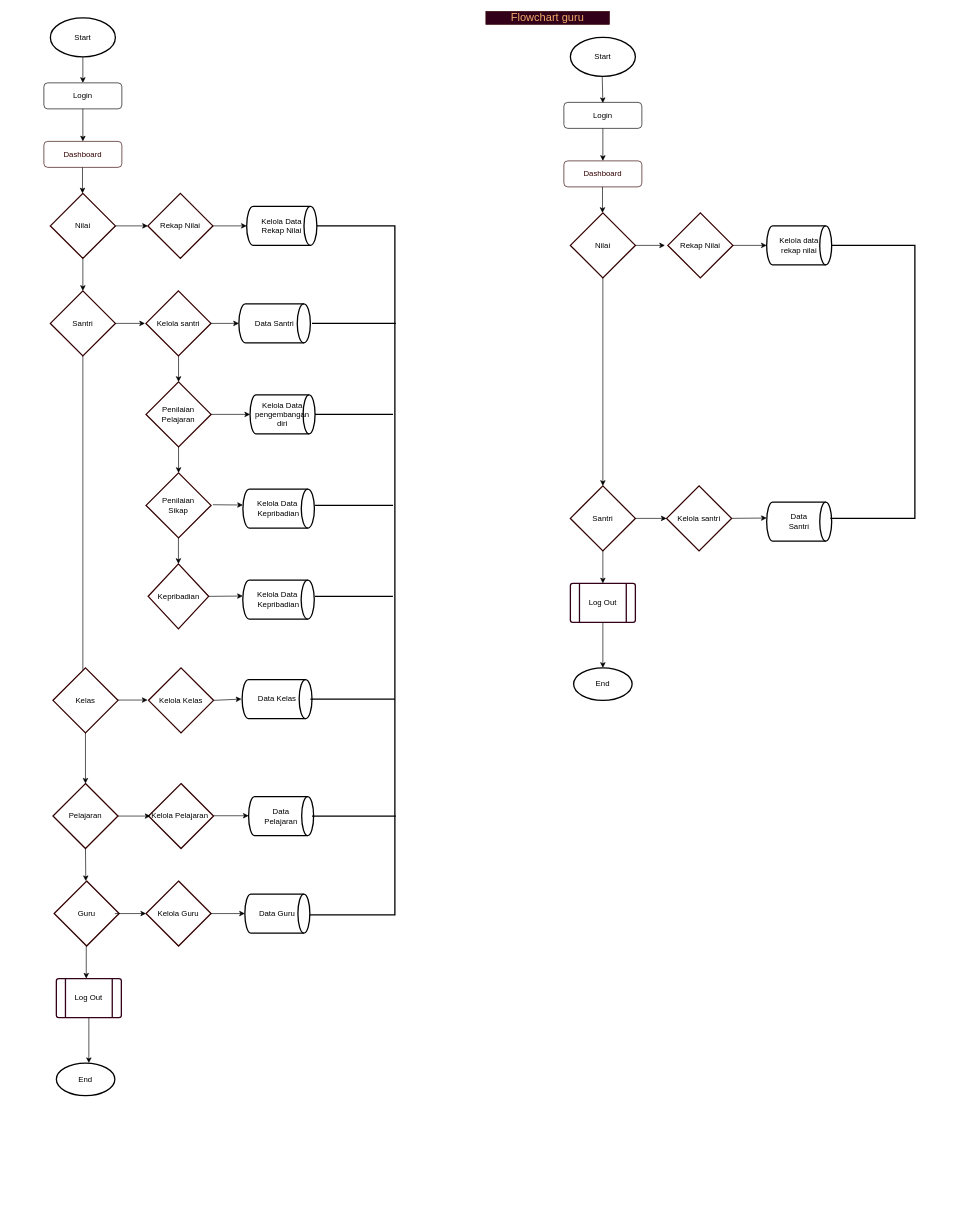
Above: page "FC" (1 of 29) of draw.io/Proyek-3.drawio in Tugas-Proyek-Polindra/proyek-3 (draw.io), before the change. Source tidied: cells renumbered, new cells numbered last; positions are measured from the earlier drawing's top-left corner, leaving out a move shared by most shapes. Both pictures are drawn from the tidied source at 65%, with x=0, y=0 at pixel (11, 11).
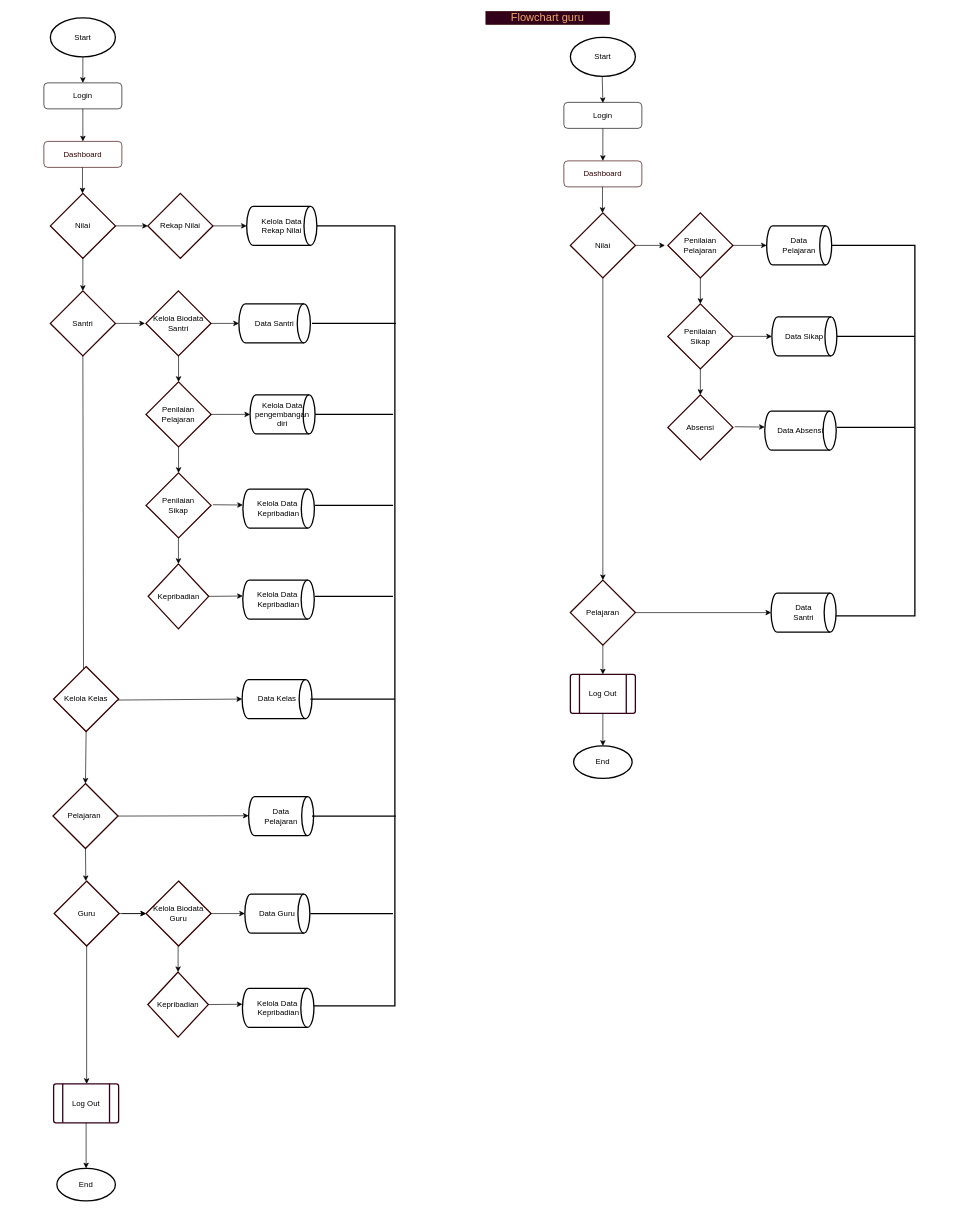
Above is the later version.

The change refers to these unchanged cells:
```xml
<mxCell id="27" value="Guru" style="strokeWidth=2;html=1;shape=mxgraph.flowchart.decision;whiteSpace=wrap;fillColor=#FFFFFF;strokeColor=#330000;" parent="2" vertex="1">
  <mxGeometry x="65.8" y="1328" width="100" height="100" as="geometry" />
</mxCell>
<mxCell id="32" value="Data Kelas" style="strokeWidth=2;html=1;shape=mxgraph.flowchart.direct_data;whiteSpace=wrap;fillColor=#FFFFFF;fontColor=none;" parent="2" vertex="1">
  <mxGeometry x="355" y="1018" width="107.5" height="60" as="geometry" />
</mxCell>
<mxCell id="59" value="Login" style="rounded=1;whiteSpace=wrap;html=1;fontSize=12;glass=0;strokeWidth=1;shadow=0;" parent="58" vertex="1">
  <mxGeometry x="50" y="100" width="120" height="40" as="geometry" />
</mxCell>
<mxCell id="62" value="Dashboard" style="rounded=1;whiteSpace=wrap;html=1;fontSize=12;glass=0;strokeWidth=1;shadow=0;fontColor=#330000;strokeColor=#330000;" parent="58" vertex="1">
  <mxGeometry x="50" y="190" width="120" height="40" as="geometry" />
</mxCell>
<mxCell id="69" value="Nilai" style="strokeWidth=2;html=1;shape=mxgraph.flowchart.decision;whiteSpace=wrap;fillColor=#FFFFFF;strokeColor=#330000;" parent="58" vertex="1">
  <mxGeometry x="60" y="270" width="100" height="100" as="geometry" />
</mxCell>
```

The edit, as a diff of the source:
```diff
@@
     <mxCell id="2" style="group;fontStyle=4;" parent="1" vertex="1">
-      <mxGeometry y="10" width="617" height="1550" as="geometry" />
+      <mxGeometry y="10" width="617" height="1568" as="geometry" />
     </mxCell>
@@
-    <mxCell id="13" value="Kelola santri" style="strokeWidth=2;html=1;shape=mxgraph.flowchart.decision;whiteSpace=wrap;fillColor=#FFFFFF;strokeColor=#330000;" parent="2" vertex="1">
+    <mxCell id="13" value="Kelola Biodata Santri" style="strokeWidth=2;html=1;shape=mxgraph.flowchart.decision;whiteSpace=wrap;fillColor=#FFFFFF;strokeColor=#330000;" parent="2" vertex="1">
       <mxGeometry x="207" y="420" width="100" height="100" as="geometry" />
     </mxCell>
@@
     <mxCell id="15" style="strokeWidth=2;html=1;shape=mxgraph.flowchart.annotation_1;align=left;fillColor=#FFFFFF;fontColor=none;direction=west;" parent="2" vertex="1">
-      <mxGeometry x="450" y="320" width="140" height="1060" as="geometry" />
+      <mxGeometry x="450" y="320" width="140" height="1200" as="geometry" />
     </mxCell>
@@
-    <mxCell id="23" value="Log Out" style="verticalLabelPosition=middle;verticalAlign=middle;html=1;shape=process;whiteSpace=wrap;rounded=1;size=0.14;arcSize=6;strokeColor=#33001A;strokeWidth=2;fillColor=#FFFFFF;fontColor=none;labelPosition=center;align=center;" parent="2" vertex="1">
-      <mxGeometry x="69.2" y="1478" width="100" height="60" as="geometry" />
-    </mxCell>
-    <mxCell id="24" value="Kelas" style="strokeWidth=2;html=1;shape=mxgraph.flowchart.decision;whiteSpace=wrap;fillColor=#FFFFFF;strokeColor=#330000;" parent="2" vertex="1">
-      <mxGeometry x="64" y="1000" width="100" height="100" as="geometry" />
+    <mxCell id="24" value="Kelola Kelas" style="strokeWidth=2;html=1;shape=mxgraph.flowchart.decision;whiteSpace=wrap;fillColor=#FFFFFF;strokeColor=#330000;" parent="2" vertex="1">
+      <mxGeometry x="65" y="998" width="100" height="100" as="geometry" />
     </mxCell>
@@
-    <mxCell id="26" value="Pelajaran" style="strokeWidth=2;html=1;shape=mxgraph.flowchart.decision;whiteSpace=wrap;fillColor=#FFFFFF;strokeColor=#330000;" parent="2" vertex="1">
+    <mxCell id="26" value="Pelajaran&amp;nbsp;" style="strokeWidth=2;html=1;shape=mxgraph.flowchart.decision;whiteSpace=wrap;fillColor=#FFFFFF;strokeColor=#330000;" parent="2" vertex="1">
       <mxGeometry x="64" y="1178" width="100" height="100" as="geometry" />
     </mxCell>
+    <mxCell id="85" style="edgeStyle=orthogonalEdgeStyle;rounded=0;jettySize=auto;html=1;" parent="2" edge="1" source="27" target="34">
+      <mxGeometry relative="1" as="geometry" />
+    </mxCell>
@@
-    <mxCell id="29" style="endArrow=classic;html=1;exitX=0.5;exitY=1;exitDx=0;exitDy=0;exitPerimeter=0;" parent="2" edge="1">
-      <mxGeometry relative="1" as="geometry">
-        <mxPoint x="115.2" y="1428" as="sourcePoint" />
-        <mxPoint x="115.2" y="1478" as="targetPoint" />
-      </mxGeometry>
-    </mxCell>
-    <mxCell id="30" style="endArrow=classic;html=1;exitX=1;exitY=0.5;exitDx=0;exitDy=0;exitPerimeter=0;" parent="2" edge="1">
+    <mxCell id="30" style="endArrow=classic;html=1;exitX=1;exitY=0.5;exitDx=0;exitDy=0;exitPerimeter=0;entryX=0;entryY=0.5;entryDx=0;entryDy=0;entryPerimeter=0;" parent="2" edge="1" target="32">
       <mxGeometry relative="1" as="geometry">
         <mxPoint x="164" y="1049.5" as="sourcePoint" />
-        <mxPoint x="209.5" y="1049.5" as="targetPoint" />
       </mxGeometry>
     </mxCell>
-    <mxCell id="31" value="Kelola Kelas" style="strokeWidth=2;html=1;shape=mxgraph.flowchart.decision;whiteSpace=wrap;fillColor=#FFFFFF;strokeColor=#330000;" parent="2" vertex="1">
-      <mxGeometry x="211" y="1000" width="100" height="100" as="geometry" />
-    </mxCell>
@@
-    <mxCell id="34" value="Kelola Guru" style="strokeWidth=2;html=1;shape=mxgraph.flowchart.decision;whiteSpace=wrap;fillColor=#FFFFFF;strokeColor=#330000;" parent="2" vertex="1">
+    <mxCell id="34" value="Kelola Biodata Guru" style="strokeWidth=2;html=1;shape=mxgraph.flowchart.decision;whiteSpace=wrap;fillColor=#FFFFFF;strokeColor=#330000;" parent="2" vertex="1">
       <mxGeometry x="207.2" y="1328" width="100" height="100" as="geometry" />
     </mxCell>
-    <mxCell id="35" value="Kelola Pelajaran&amp;nbsp;" style="strokeWidth=2;html=1;shape=mxgraph.flowchart.decision;whiteSpace=wrap;fillColor=#FFFFFF;strokeColor=#330000;" parent="2" vertex="1">
-      <mxGeometry x="211" y="1178" width="100" height="100" as="geometry" />
-    </mxCell>
-    <mxCell id="36" style="endArrow=classic;html=1;" parent="2" edge="1">
+    <mxCell id="36" style="endArrow=classic;html=1;exitX=1;exitY=0.5;exitDx=0;exitDy=0;exitPerimeter=0;" parent="2" edge="1" source="26">
       <mxGeometry relative="1" as="geometry">
-        <mxPoint x="311" y="1227.5" as="sourcePoint" />
         <mxPoint x="365" y="1227.5" as="targetPoint" />
       </mxGeometry>
     </mxCell>
@@
-    <mxCell id="38" style="endArrow=classic;html=1;exitX=1;exitY=0.5;exitDx=0;exitDy=0;exitPerimeter=0;" parent="2" edge="1" source="26">
-      <mxGeometry relative="1" as="geometry">
-        <mxPoint x="214" y="1228" as="targetPoint" />
-      </mxGeometry>
-    </mxCell>
@@
     <mxCell id="40" style="endArrow=classic;html=1;entryX=0;entryY=0.5;entryDx=0;entryDy=0;entryPerimeter=0;" parent="2" edge="1" target="34">
       <mxGeometry relative="1" as="geometry">
-        <mxPoint x="159.2" y="1378" as="sourcePoint" />
+        <mxPoint x="170" y="1378" as="sourcePoint" />
       </mxGeometry>
     </mxCell>
@@
+    <mxCell id="86" style="endArrow=classic;html=1;exitX=0.5;exitY=1;exitDx=0;exitDy=0;exitPerimeter=0;entryX=0.5;entryY=0;entryDx=0;entryDy=0;entryPerimeter=0;" parent="2" edge="1" target="87">
+      <mxGeometry relative="1" as="geometry">
+        <mxPoint x="256.5" y="1428" as="sourcePoint" />
+      </mxGeometry>
+    </mxCell>
+    <mxCell id="87" value="Kepribadian" style="strokeWidth=2;html=1;shape=mxgraph.flowchart.decision;whiteSpace=wrap;fillColor=#FFFFFF;strokeColor=#330000;" parent="2" vertex="1">
+      <mxGeometry x="210" y="1468" width="93" height="100" as="geometry" />
+    </mxCell>
+    <mxCell id="88" style="endArrow=classic;html=1;entryX=0;entryY=0.408;entryDx=0;entryDy=0;entryPerimeter=0;exitX=1;exitY=0.5;exitDx=0;exitDy=0;exitPerimeter=0;" parent="2" edge="1" source="87" target="89">
+      <mxGeometry relative="1" as="geometry" />
+    </mxCell>
+    <mxCell id="89" value="Kelola Data&amp;nbsp; Kepribadian" style="strokeWidth=2;html=1;shape=mxgraph.flowchart.direct_data;whiteSpace=wrap;fillColor=#FFFFFF;fontColor=none;" parent="2" vertex="1">
+      <mxGeometry x="355.5" y="1493" width="110" height="60" as="geometry" />
+    </mxCell>
+    <mxCell id="90" style="line;strokeWidth=2;direction=west;html=1;fillColor=#FFFFFF;fontColor=none;flipV=1;" parent="2" vertex="1">
+      <mxGeometry x="460" y="1373" width="127" height="10" as="geometry" />
+    </mxCell>
@@
     <mxCell id="58" style="group;fontStyle=4;" parent="1" vertex="1">
-      <mxGeometry x="800" y="40" width="617" height="1490" as="geometry" />
+      <mxGeometry x="800" y="40" width="640" height="1510" as="geometry" />
     </mxCell>
@@
-    <mxCell id="61" style="endArrow=classic;html=1;exitX=0.5;exitY=1;exitDx=0;exitDy=0;exitPerimeter=0;" parent="58" edge="1" source="69">
-      <mxGeometry relative="1" as="geometry">
-        <mxPoint x="110" y="690" as="targetPoint" />
-      </mxGeometry>
+    <mxCell id="61" style="endArrow=classic;html=1;exitX=0.5;exitY=1;exitDx=0;exitDy=0;exitPerimeter=0;entryX=0.5;entryY=0;entryDx=0;entryDy=0;entryPerimeter=0;" parent="58" edge="1" source="69" target="102">
+      <mxGeometry relative="1" as="geometry" />
     </mxCell>
@@
-    <mxCell id="63" value="Rekap Nilai" style="strokeWidth=2;html=1;shape=mxgraph.flowchart.decision;whiteSpace=wrap;fillColor=#FFFFFF;strokeColor=#330000;" parent="58" vertex="1">
+    <mxCell id="63" value="Penilaian Pelajaran" style="strokeWidth=2;html=1;shape=mxgraph.flowchart.decision;whiteSpace=wrap;fillColor=#FFFFFF;strokeColor=#330000;" parent="58" vertex="1">
       <mxGeometry x="210" y="270" width="100" height="100" as="geometry" />
     </mxCell>
-    <mxCell id="64" style="endArrow=classic;html=1;entryX=0;entryY=0.408;entryDx=0;entryDy=0;entryPerimeter=0;" parent="58" edge="1" target="66">
-      <mxGeometry relative="1" as="geometry">
-        <mxPoint x="304" y="740" as="sourcePoint" />
-      </mxGeometry>
-    </mxCell>
-    <mxCell id="65" value="Kelola santri" style="strokeWidth=2;html=1;shape=mxgraph.flowchart.decision;whiteSpace=wrap;fillColor=#FFFFFF;strokeColor=#330000;" parent="58" vertex="1">
-      <mxGeometry x="208" y="690" width="100" height="100" as="geometry" />
-    </mxCell>
-    <mxCell id="66" value="Data &lt;br&gt;Santri" style="strokeWidth=2;html=1;shape=mxgraph.flowchart.direct_data;whiteSpace=wrap;fillColor=#FFFFFF;fontColor=none;" parent="58" vertex="1">
-      <mxGeometry x="362" y="715" width="100" height="60" as="geometry" />
-    </mxCell>
@@
     <mxCell id="68" style="strokeWidth=2;html=1;shape=mxgraph.flowchart.annotation_1;align=left;fillColor=#FFFFFF;fontColor=none;direction=west;" parent="58" vertex="1">
-      <mxGeometry x="460" y="320" width="130" height="420" as="geometry" />
+      <mxGeometry x="460" y="320" width="130" height="570" as="geometry" />
     </mxCell>
@@
-    <mxCell id="72" value="Kelola data &lt;br&gt;rekap nilai" style="strokeWidth=2;html=1;shape=mxgraph.flowchart.direct_data;whiteSpace=wrap;fillColor=#FFFFFF;fontColor=none;" parent="58" vertex="1">
+    <mxCell id="72" value="Data &lt;br&gt;Pelajaran" style="strokeWidth=2;html=1;shape=mxgraph.flowchart.direct_data;whiteSpace=wrap;fillColor=#FFFFFF;fontColor=none;" parent="58" vertex="1">
       <mxGeometry x="362" y="290" width="100" height="60" as="geometry" />
     </mxCell>
-    <mxCell id="73" value="Santri" style="strokeWidth=2;html=1;shape=mxgraph.flowchart.decision;whiteSpace=wrap;fillColor=#FFFFFF;strokeColor=#330000;" parent="58" vertex="1">
-      <mxGeometry x="60" y="690" width="100" height="100" as="geometry" />
-    </mxCell>
-    <mxCell id="74" style="endArrow=classic;html=1;entryX=0;entryY=0.5;entryDx=0;entryDy=0;entryPerimeter=0;exitX=1;exitY=0.5;exitDx=0;exitDy=0;exitPerimeter=0;" parent="58" edge="1" source="73" target="65">
-      <mxGeometry relative="1" as="geometry" />
-    </mxCell>
+    <mxCell id="79" style="endArrow=classic;html=1;exitX=0.5;exitY=1;exitDx=0;exitDy=0;entryX=0.5;entryY=0;entryDx=0;entryDy=0;" parent="58" edge="1" source="59" target="62">
+      <mxGeometry relative="1" as="geometry" />
+    </mxCell>
+    <mxCell id="91" style="endArrow=classic;html=1;exitX=0.5;exitY=1;exitDx=0;exitDy=0;exitPerimeter=0;entryX=0.5;entryY=0;entryDx=0;entryDy=0;entryPerimeter=0;" parent="58" edge="1" target="92">
+      <mxGeometry relative="1" as="geometry">
+        <mxPoint x="260" y="370" as="sourcePoint" />
+      </mxGeometry>
+    </mxCell>
+    <mxCell id="92" value="&lt;span&gt;Penilaian&lt;/span&gt;&lt;br&gt;&lt;span&gt;Sikap&lt;/span&gt;" style="strokeWidth=2;html=1;shape=mxgraph.flowchart.decision;whiteSpace=wrap;fillColor=#FFFFFF;strokeColor=#330000;" parent="58" vertex="1">
+      <mxGeometry x="210" y="410" width="100" height="100" as="geometry" />
+    </mxCell>
+    <mxCell id="93" style="endArrow=classic;html=1;exitX=1;exitY=0.5;exitDx=0;exitDy=0;exitPerimeter=0;entryX=0;entryY=0.5;entryDx=0;entryDy=0;entryPerimeter=0;" parent="58" edge="1" source="92" target="94">
+      <mxGeometry relative="1" as="geometry" />
+    </mxCell>
+    <mxCell id="94" value="Data Sikap" style="strokeWidth=2;html=1;shape=mxgraph.flowchart.direct_data;whiteSpace=wrap;fillColor=#FFFFFF;fontColor=none;" parent="58" vertex="1">
+      <mxGeometry x="370" y="430" width="100" height="60" as="geometry" />
+    </mxCell>
+    <mxCell id="95" style="endArrow=classic;html=1;exitX=0.5;exitY=1;exitDx=0;exitDy=0;exitPerimeter=0;entryX=0.5;entryY=0;entryDx=0;entryDy=0;entryPerimeter=0;" parent="58" edge="1" source="92" target="96">
+      <mxGeometry relative="1" as="geometry" />
+    </mxCell>
+    <mxCell id="96" value="Absensi" style="strokeWidth=2;html=1;shape=mxgraph.flowchart.decision;whiteSpace=wrap;fillColor=#FFFFFF;strokeColor=#330000;" parent="58" vertex="1">
+      <mxGeometry x="210" y="550" width="100" height="100" as="geometry" />
+    </mxCell>
+    <mxCell id="97" style="endArrow=classic;html=1;entryX=0;entryY=0.408;entryDx=0;entryDy=0;entryPerimeter=0;" parent="58" edge="1" target="98">
+      <mxGeometry relative="1" as="geometry">
+        <mxPoint x="312.8" y="599" as="sourcePoint" />
+      </mxGeometry>
+    </mxCell>
+    <mxCell id="98" value="Data Absensi" style="strokeWidth=2;html=1;shape=mxgraph.flowchart.direct_data;whiteSpace=wrap;fillColor=#FFFFFF;fontColor=none;" parent="58" vertex="1">
+      <mxGeometry x="359" y="575" width="110" height="60" as="geometry" />
+    </mxCell>
+    <mxCell id="99" style="line;strokeWidth=2;direction=west;html=1;fillColor=#FFFFFF;fontColor=none;flipV=1;" parent="58" vertex="1">
+      <mxGeometry x="470" y="595" width="120" height="10" as="geometry" />
+    </mxCell>
+    <mxCell id="100" style="line;strokeWidth=2;direction=west;html=1;fillColor=#FFFFFF;fontColor=none;flipV=1;" parent="58" vertex="1">
+      <mxGeometry x="470" y="455" width="120" height="10" as="geometry" />
+    </mxCell>
+    <mxCell id="101" style="endArrow=classic;html=1;entryX=0;entryY=0.5;entryDx=0;entryDy=0;entryPerimeter=0;exitX=1;exitY=0.5;exitDx=0;exitDy=0;exitPerimeter=0;" parent="58" edge="1" source="102" target="66">
+      <mxGeometry relative="1" as="geometry" />
+    </mxCell>
+    <mxCell id="66" value="Data &lt;br&gt;Santri" style="strokeWidth=2;html=1;shape=mxgraph.flowchart.direct_data;whiteSpace=wrap;fillColor=#FFFFFF;fontColor=none;" parent="58" vertex="1">
+      <mxGeometry x="368.8" y="855" width="100" height="60" as="geometry" />
+    </mxCell>
+    <mxCell id="102" value="Pelajaran" style="strokeWidth=2;html=1;shape=mxgraph.flowchart.decision;whiteSpace=wrap;fillColor=#FFFFFF;strokeColor=#330000;" parent="58" vertex="1">
+      <mxGeometry x="60" y="835" width="100" height="100" as="geometry" />
+    </mxCell>
     <mxCell id="75" value="Log Out" style="verticalLabelPosition=middle;verticalAlign=middle;html=1;shape=process;whiteSpace=wrap;rounded=1;size=0.14;arcSize=6;strokeColor=#33001A;strokeWidth=2;fillColor=#FFFFFF;fontColor=none;labelPosition=center;align=center;" parent="58" vertex="1">
-      <mxGeometry x="60" y="840" width="100" height="60" as="geometry" />
+      <mxGeometry x="60" y="980" width="100" height="60" as="geometry" />
     </mxCell>
-    <mxCell id="76" style="endArrow=classic;html=1;entryX=0.5;entryY=0;entryDx=0;entryDy=0;exitX=0.5;exitY=1;exitDx=0;exitDy=0;exitPerimeter=0;" parent="58" edge="1" source="73" target="75">
-      <mxGeometry relative="1" as="geometry" />
-    </mxCell>
+    <mxCell id="103" style="endArrow=classic;html=1;entryX=0.5;entryY=0;entryDx=0;entryDy=0;exitX=0.5;exitY=1;exitDx=0;exitDy=0;exitPerimeter=0;" parent="58" edge="1" source="102" target="75">
+      <mxGeometry relative="1" as="geometry" />
+    </mxCell>
     <mxCell id="77" value="End" style="strokeWidth=2;html=1;shape=mxgraph.flowchart.start_2;whiteSpace=wrap;fillColor=#FFFFFF;fontColor=none;" parent="58" vertex="1">
-      <mxGeometry x="65" y="970" width="90" height="50" as="geometry" />
+      <mxGeometry x="65" y="1090" width="90" height="50" as="geometry" />
     </mxCell>
@@
-    <mxCell id="79" style="endArrow=classic;html=1;exitX=0.5;exitY=1;exitDx=0;exitDy=0;entryX=0.5;entryY=0;entryDx=0;entryDy=0;" parent="58" edge="1" source="59" target="62">
-      <mxGeometry relative="1" as="geometry" />
-    </mxCell>
@@
+    <mxCell id="23" value="Log Out" style="verticalLabelPosition=middle;verticalAlign=middle;html=1;shape=process;whiteSpace=wrap;rounded=1;size=0.14;arcSize=6;strokeColor=#33001A;strokeWidth=2;fillColor=#FFFFFF;fontColor=none;labelPosition=center;align=center;" parent="1" vertex="1">
+      <mxGeometry x="65" y="1650" width="100" height="60" as="geometry" />
+    </mxCell>
+    <mxCell id="29" style="endArrow=classic;html=1;exitX=0.5;exitY=1;exitDx=0;exitDy=0;exitPerimeter=0;entryX=0.508;entryY=0;entryDx=0;entryDy=0;entryPerimeter=0;" parent="1" edge="1" source="27" target="23">
+      <mxGeometry relative="1" as="geometry" />
+    </mxCell>
     <mxCell id="82" value="End" style="strokeWidth=2;html=1;shape=mxgraph.flowchart.start_2;whiteSpace=wrap;fillColor=#FFFFFF;fontColor=none;" parent="1" vertex="1">
-      <mxGeometry x="69.2" y="1618" width="90" height="50" as="geometry" />
+      <mxGeometry x="70" y="1780" width="90" height="50" as="geometry" />
     </mxCell>
     <mxCell id="83" style="endArrow=classic;html=1;exitX=0.5;exitY=1;exitDx=0;exitDy=0;" parent="1" edge="1" source="23">
       <mxGeometry relative="1" as="geometry">
-        <mxPoint x="119.2" y="1618" as="targetPoint" />
+        <mxPoint x="115" y="1780" as="targetPoint" />
       </mxGeometry>
     </mxCell>
-    <mxCell id="84" style="endArrow=classic;html=1;exitX=1;exitY=0.5;exitDx=0;exitDy=0;exitPerimeter=0;" parent="1" edge="1" source="31">
-      <mxGeometry relative="1" as="geometry">
-        <mxPoint x="354" y="1058" as="targetPoint" />
-      </mxGeometry>
-    </mxCell>
```
